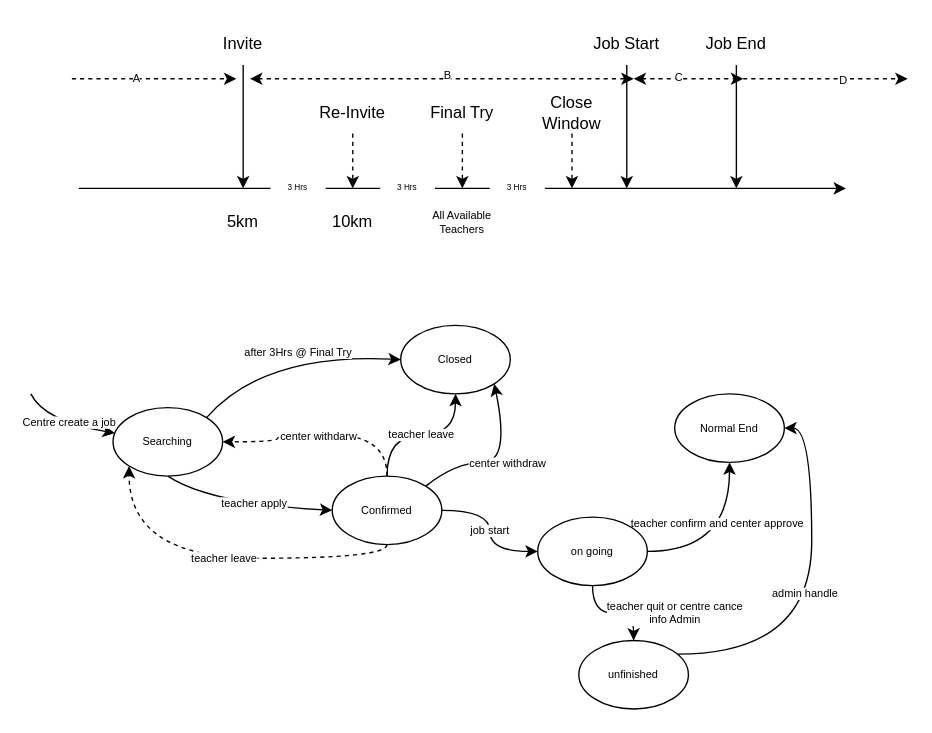
The draw.io diagram page "Page-6" (6 of 6) of Untitled Diagram.drawio in quboqin/drawio, before the edit. Source tidied: cells renumbered, new cells numbered last; positions are measured from the earlier drawing's top-left corner, leaving out a move shared by most shapes. Both pictures are drawn from the tidied source at 137%, with x=0, y=0 at pixel (30, 23).
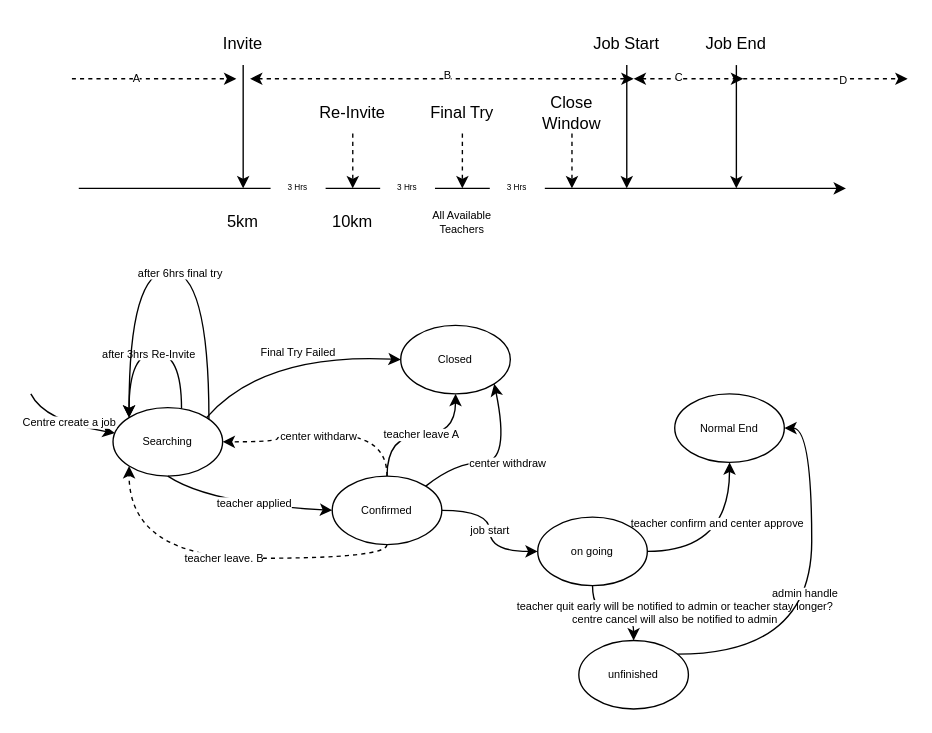
The same diagram, later.

The change refers to these unchanged cells:
```xml
<mxCell id="20" value="Searching" style="ellipse;whiteSpace=wrap;html=1;fontSize=8;strokeColor=default;fillColor=default;align=center;verticalAlign=middle;" parent="1" vertex="1">
  <mxGeometry x="60" y="280" width="80" height="50" as="geometry" />
</mxCell>
<mxCell id="30" style="edgeStyle=orthogonalEdgeStyle;curved=1;jettySize=auto;html=1;entryX=0;entryY=1;entryDx=0;entryDy=0;fontSize=8;dashed=1;" parent="1" edge="1" source="33" target="20">
  <mxGeometry relative="1" as="geometry">
    <Array as="points">
      <mxPoint x="260" y="390" />
      <mxPoint x="72" y="390" />
    </Array>
  </mxGeometry>
</mxCell>
<mxCell id="33" value="Confirmed" style="ellipse;whiteSpace=wrap;html=1;fontSize=8;strokeColor=default;fillColor=default;align=center;verticalAlign=middle;" parent="1" vertex="1">
  <mxGeometry x="220" y="330" width="80" height="50" as="geometry" />
</mxCell>
<mxCell id="34" style="curved=1;endArrow=classic;html=1;rounded=0;fontSize=8;entryX=0;entryY=0.5;entryDx=0;entryDy=0;exitX=0.5;exitY=1;exitDx=0;exitDy=0;" parent="1" edge="1" source="20" target="33">
  <mxGeometry relative="1" as="geometry">
    <Array as="points">
      <mxPoint x="130" y="350" />
    </Array>
  </mxGeometry>
</mxCell>
<mxCell id="36" value="Closed" style="ellipse;whiteSpace=wrap;html=1;fontSize=8;strokeColor=default;fillColor=default;align=center;verticalAlign=middle;" parent="1" vertex="1">
  <mxGeometry x="270" y="220" width="80" height="50" as="geometry" />
</mxCell>
<mxCell id="37" style="curved=1;endArrow=classic;html=1;rounded=0;fontSize=8;entryX=0;entryY=0.5;entryDx=0;entryDy=0;exitX=1;exitY=0;exitDx=0;exitDy=0;" parent="1" edge="1" source="20" target="36">
  <mxGeometry relative="1" as="geometry">
    <Array as="points">
      <mxPoint x="170" y="240" />
    </Array>
  </mxGeometry>
</mxCell>
<mxCell id="44" value="on going" style="ellipse;whiteSpace=wrap;html=1;fontSize=8;strokeColor=default;fillColor=default;align=center;verticalAlign=middle;" parent="1" vertex="1">
  <mxGeometry x="370" y="360" width="80" height="50" as="geometry" />
</mxCell>
<mxCell id="48" value="unfinished" style="ellipse;whiteSpace=wrap;html=1;fontSize=8;strokeColor=default;fillColor=default;align=center;verticalAlign=middle;" parent="1" vertex="1">
  <mxGeometry x="400" y="450" width="80" height="50" as="geometry" />
</mxCell>
```

Diff of the diagram source:
```diff
@@
-    <mxCell id="29" value="teacher leave" style="edgeStyle=orthogonalEdgeStyle;curved=1;jettySize=auto;html=1;fontSize=8;" parent="1" edge="1" source="33" target="36">
+    <mxCell id="29" value="teacher leave A" style="edgeStyle=orthogonalEdgeStyle;curved=1;jettySize=auto;html=1;fontSize=8;" parent="1" edge="1" source="33" target="36">
       <mxGeometry relative="1" as="geometry" />
     </mxCell>
@@
-    <mxCell id="31" value="teacher leave" style="edgeLabel;html=1;align=center;verticalAlign=middle;fontSize=8;" parent="30" vertex="1">
+    <mxCell id="31" value="teacher leave. B" style="edgeLabel;html=1;align=center;verticalAlign=middle;fontSize=8;" parent="30" vertex="1">
       <mxGeometry x="-0.02" y="-1" relative="1" as="geometry" />
     </mxCell>
@@
-    <mxCell id="35" value="teacher apply" style="edgeLabel;html=1;align=center;verticalAlign=middle;fontSize=8;" parent="34" vertex="1">
+    <mxCell id="35" value="teacher applied" style="edgeLabel;html=1;align=center;verticalAlign=middle;fontSize=8;" parent="34" vertex="1">
       <mxGeometry x="0.08" y="2" relative="1" as="geometry" />
     </mxCell>
@@
-    <mxCell id="38" value="after 3Hrs @ Final Try" style="edgeLabel;html=1;align=center;verticalAlign=middle;fontSize=8;" parent="37" vertex="1">
+    <mxCell id="38" value="Final Try Failed" style="edgeLabel;html=1;align=center;verticalAlign=middle;fontSize=8;" parent="37" vertex="1">
       <mxGeometry x="0.08" y="2" relative="1" as="geometry" />
     </mxCell>
@@
-    <mxCell id="43" value="teacher quit or centre cance&lt;br&gt;info Admin" style="edgeStyle=orthogonalEdgeStyle;curved=1;jettySize=auto;html=1;fontSize=8;" parent="1" edge="1" source="44" target="48">
+    <mxCell id="43" value="teacher quit early will be notified to admin or teacher stay longer?&lt;br&gt;centre cancel will also be notified to admin" style="edgeStyle=orthogonalEdgeStyle;curved=1;jettySize=auto;html=1;fontSize=8;" parent="1" edge="1" source="44" target="48">
       <mxGeometry x="0.43" y="30" relative="1" as="geometry" />
     </mxCell>
@@
+    <mxCell id="57" style="edgeStyle=orthogonalEdgeStyle;rounded=0;orthogonalLoop=1;jettySize=auto;html=1;entryX=0;entryY=0;entryDx=0;entryDy=0;curved=1;" parent="1" edge="1" source="20" target="20">
+      <mxGeometry relative="1" as="geometry">
+        <Array as="points">
+          <mxPoint x="110" y="240" />
+          <mxPoint x="72" y="240" />
+        </Array>
+      </mxGeometry>
+    </mxCell>
+    <mxCell id="58" value="after 3hrs Re-Invite" style="edgeLabel;html=1;align=center;verticalAlign=middle;fontSize=8;" parent="57" vertex="1">
+      <mxGeometry x="0.03" relative="1" as="geometry" />
+    </mxCell>
+    <mxCell id="59" style="edgeStyle=orthogonalEdgeStyle;curved=1;rounded=0;orthogonalLoop=1;jettySize=auto;html=1;entryX=0;entryY=0;entryDx=0;entryDy=0;fontSize=8;" parent="1" edge="1" source="20" target="20">
+      <mxGeometry relative="1" as="geometry">
+        <Array as="points">
+          <mxPoint x="130" y="180" />
+          <mxPoint x="72" y="180" />
+        </Array>
+      </mxGeometry>
+    </mxCell>
+    <mxCell id="60" value="after 6hrs final try" style="edgeLabel;html=1;align=center;verticalAlign=middle;fontSize=8;" parent="59" vertex="1">
+      <mxGeometry x="-0.05" y="1" relative="1" as="geometry" />
+    </mxCell>
```
